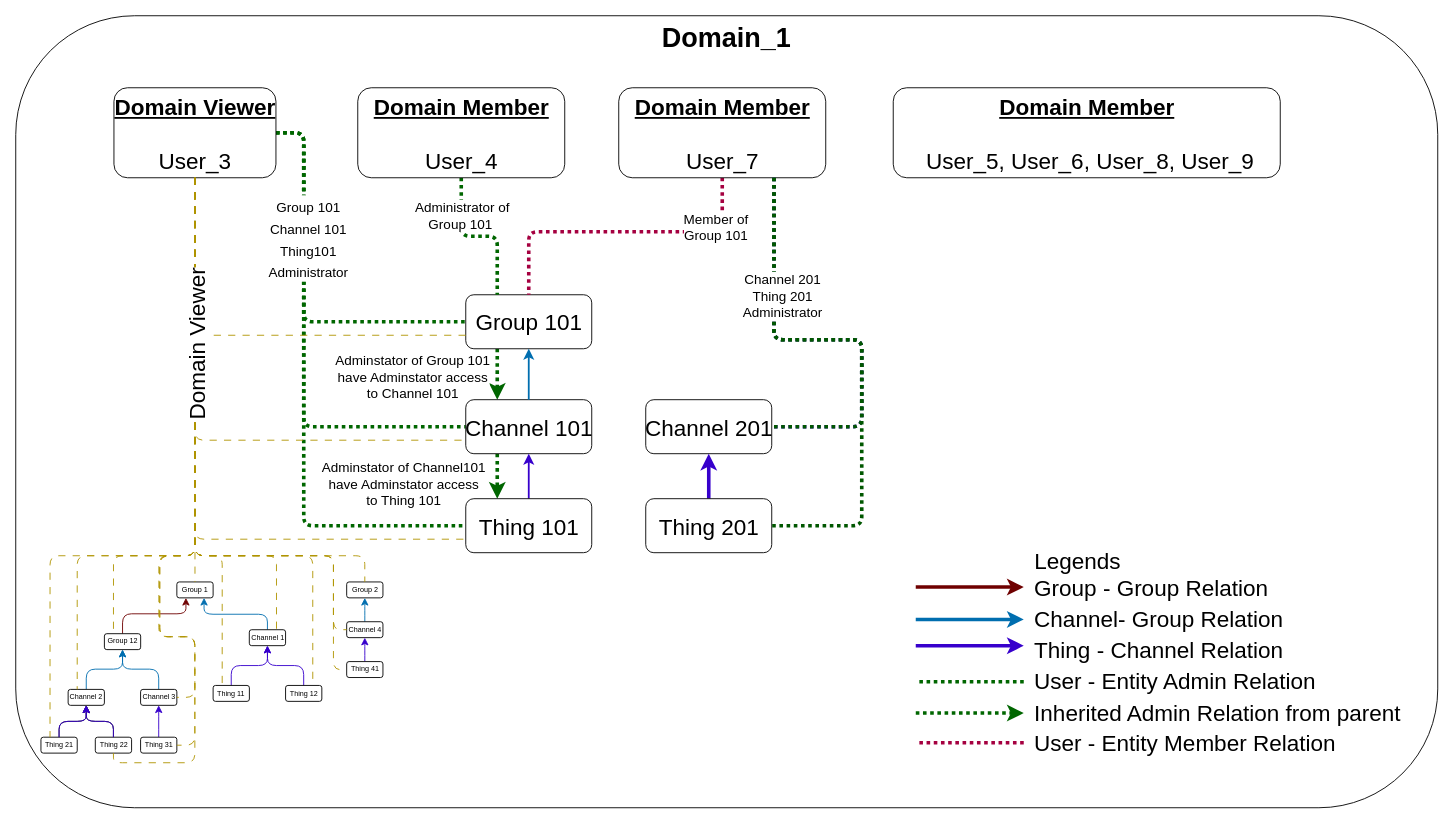
The draw.io diagram docs/diagrams/group_users_member_2.drawio in absmach/supermq-docs, before the edit. Source tidied: cells renumbered, new cells numbered last; positions are measured from the earlier drawing's top-left corner, leaving out a move shared by most shapes. Both pictures are drawn from the tidied source at 90%, with x=0, y=0 at pixel (15, 15).
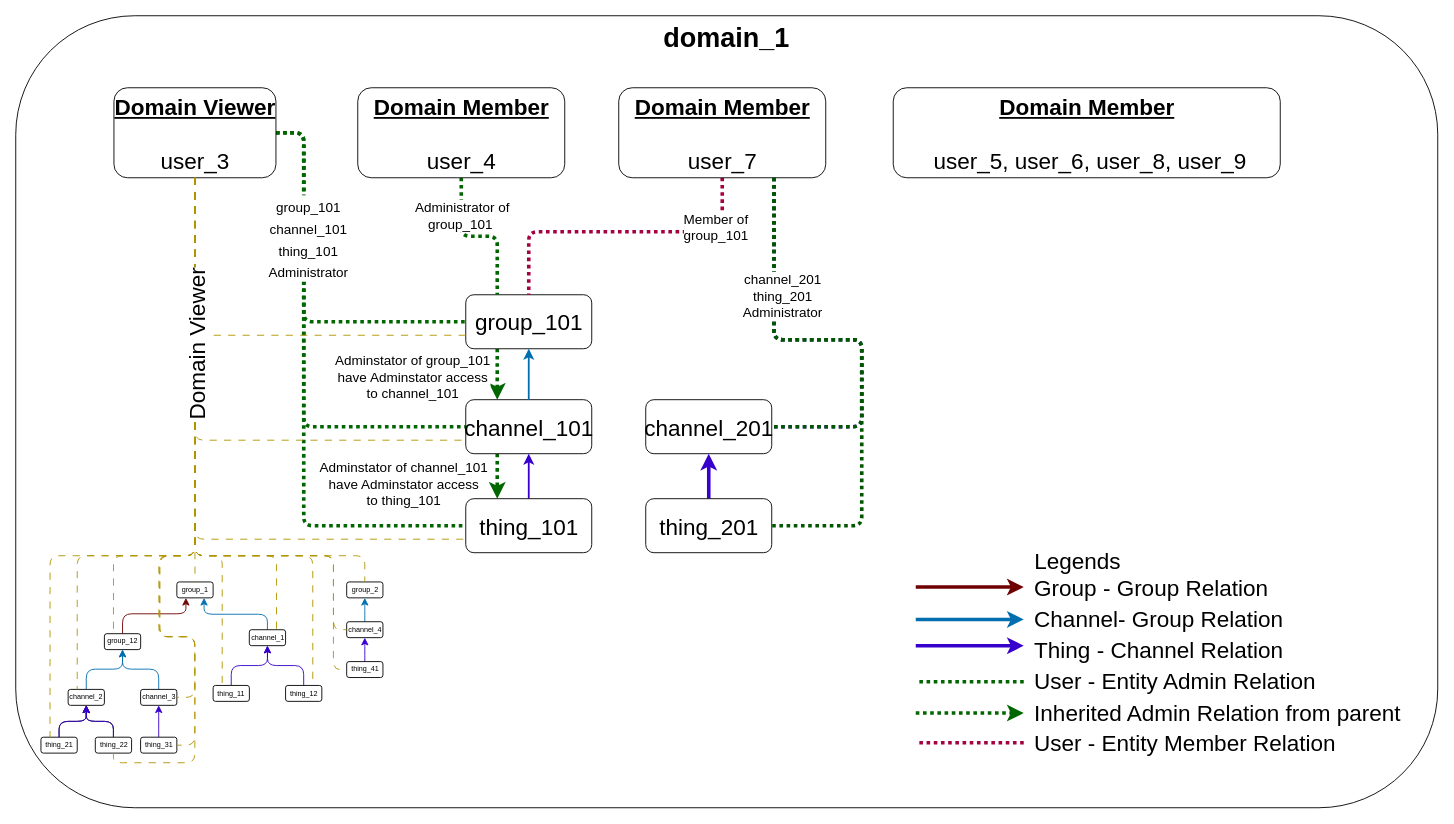
The same diagram, later.

The change refers to these unchanged cells:
```xml
<mxCell id="7" style="group;fontSize=8;" parent="6" vertex="1">
  <mxGeometry x="28" y="607" width="380" height="230" as="geometry" />
</mxCell>
<mxCell id="43" style="edgeStyle=orthogonalEdgeStyle;html=1;entryX=0;entryY=0.5;entryDx=0;entryDy=0;dashed=1;dashPattern=1 1;strokeColor=#006600;strokeWidth=4;fontSize=20;endArrow=none;endFill=0;" parent="34" edge="1" source="45" target="86">
  <mxGeometry relative="1" as="geometry">
    <Array as="points">
      <mxPoint x="320" y="130" />
      <mxPoint x="320" y="567" />
    </Array>
  </mxGeometry>
</mxCell>
<mxCell id="56" style="edgeStyle=orthogonalEdgeStyle;html=1;exitX=0.25;exitY=1;exitDx=0;exitDy=0;entryX=0.25;entryY=0;entryDx=0;entryDy=0;dashed=1;dashPattern=1 1;strokeWidth=4;endArrow=classic;endFill=1;fillColor=#fa6800;strokeColor=#006600;" parent="34" edge="1" source="58" target="61">
  <mxGeometry relative="1" as="geometry" />
</mxCell>
<mxCell id="59" style="edgeStyle=orthogonalEdgeStyle;html=1;exitX=0.25;exitY=1;exitDx=0;exitDy=0;entryX=0.25;entryY=0;entryDx=0;entryDy=0;dashed=1;dashPattern=1 1;strokeWidth=4;endArrow=classic;endFill=1;fillColor=#fa6800;strokeColor=#006600;" parent="34" edge="1" source="61" target="86">
  <mxGeometry relative="1" as="geometry" />
</mxCell>
<mxCell id="62" style="edgeStyle=orthogonalEdgeStyle;html=1;entryX=0.25;entryY=0;entryDx=0;entryDy=0;dashed=1;dashPattern=1 1;strokeWidth=4;endArrow=none;endFill=0;fillColor=#fa6800;strokeColor=#006600;" parent="34" edge="1" source="64" target="58">
  <mxGeometry relative="1" as="geometry" />
</mxCell>
<mxCell id="65" style="edgeStyle=orthogonalEdgeStyle;html=1;dashed=1;dashPattern=1 1;strokeWidth=4;endArrow=none;endFill=0;fillColor=#d80073;strokeColor=#A50040;" parent="34" edge="1" source="67" target="58">
  <mxGeometry relative="1" as="geometry">
    <Array as="points">
      <mxPoint x="785" y="240" />
      <mxPoint x="570" y="240" />
    </Array>
  </mxGeometry>
</mxCell>
<mxCell id="93" style="edgeStyle=orthogonalEdgeStyle;html=1;exitX=0.75;exitY=1;exitDx=0;exitDy=0;entryX=1;entryY=0.5;entryDx=0;entryDy=0;strokeColor=#005700;endArrow=none;endFill=0;strokeWidth=4;dashed=1;dashPattern=1 1;fillColor=#008a00;" parent="84" edge="1">
  <mxGeometry relative="1" as="geometry">
    <mxPoint x="842.5" y="180" as="sourcePoint" />
    <mxPoint x="840" y="456.6" as="targetPoint" />
    <Array as="points">
      <mxPoint x="842" y="360" />
      <mxPoint x="940" y="360" />
      <mxPoint x="940" y="457" />
    </Array>
  </mxGeometry>
</mxCell>
```

The edit, as a diff of the source:
```diff
@@
-    <mxCell id="5" value="&lt;font style=&quot;font-size: 30px;&quot;&gt;&lt;b style=&quot;&quot;&gt;Domain_1&lt;/b&gt;&lt;/font&gt;" style="rounded=1;whiteSpace=wrap;html=1;verticalAlign=top;fillColor=default;" parent="4" vertex="1">
+    <mxCell id="5" value="&lt;font style=&quot;font-size: 30px;&quot;&gt;&lt;b style=&quot;&quot;&gt;domain_1&lt;/b&gt;&lt;/font&gt;" style="rounded=1;whiteSpace=wrap;html=1;verticalAlign=top;fillColor=default;" parent="4" vertex="1">
       <mxGeometry width="1580" height="880" as="geometry" />
     </mxCell>
@@
-    <mxCell id="8" value="Group 1" style="rounded=1;html=1;fontSize=8;" parent="7" vertex="1">
+    <mxCell id="8" value="group_1" style="rounded=1;html=1;fontSize=8;" parent="7" vertex="1">
       <mxGeometry x="151" y="22.1" width="40.3" height="17.7" as="geometry" />
     </mxCell>
@@
-    <mxCell id="10" value="Group 12" style="rounded=1;whiteSpace=wrap;html=1;fontSize=8;" parent="7" vertex="1">
+    <mxCell id="10" value="group_12" style="rounded=1;whiteSpace=wrap;html=1;fontSize=8;" parent="7" vertex="1">
       <mxGeometry x="70.5" y="79.6" width="40.3" height="17.7" as="geometry" />
     </mxCell>
@@
-    <mxCell id="12" value="Channel 2" style="rounded=1;html=1;fontSize=8;" parent="7" vertex="1">
+    <mxCell id="12" value="channel_2" style="rounded=1;html=1;fontSize=8;" parent="7" vertex="1">
       <mxGeometry x="30.2" y="141.5" width="40.3" height="17.7" as="geometry" />
     </mxCell>
@@
-    <mxCell id="14" value="Channel 3" style="rounded=1;html=1;fontSize=8;" parent="7" vertex="1">
+    <mxCell id="14" value="channel_3" style="rounded=1;html=1;fontSize=8;" parent="7" vertex="1">
       <mxGeometry x="110.7" y="141.5" width="40.3" height="17.7" as="geometry" />
     </mxCell>
@@
-    <mxCell id="16" value="Channel 1" style="rounded=1;html=1;fontSize=8;" parent="7" vertex="1">
+    <mxCell id="16" value="channel_1" style="rounded=1;html=1;fontSize=8;" parent="7" vertex="1">
       <mxGeometry x="231.5" y="75.2" width="40.3" height="17.7" as="geometry" />
     </mxCell>
@@
-    <mxCell id="18" value="Thing 11" style="rounded=1;html=1;fontSize=8;" parent="7" vertex="1">
+    <mxCell id="18" value="thing_11" style="rounded=1;html=1;fontSize=8;" parent="7" vertex="1">
       <mxGeometry x="191.3" y="137.1" width="40.3" height="17.7" as="geometry" />
     </mxCell>
@@
-    <mxCell id="20" value="Thing 12" style="rounded=1;html=1;fontSize=8;" parent="7" vertex="1">
+    <mxCell id="20" value="thing_12" style="rounded=1;html=1;fontSize=8;" parent="7" vertex="1">
       <mxGeometry x="271.8" y="137.1" width="40.3" height="17.7" as="geometry" />
     </mxCell>
@@
-    <mxCell id="22" value="Thing 21" style="rounded=1;html=1;fontSize=8;" parent="7" vertex="1">
+    <mxCell id="22" value="thing_21" style="rounded=1;html=1;fontSize=8;" parent="7" vertex="1">
       <mxGeometry y="194.6" width="40.3" height="17.7" as="geometry" />
     </mxCell>
@@
-    <mxCell id="24" value="Thing 22" style="rounded=1;html=1;fontSize=8;" parent="7" vertex="1">
+    <mxCell id="24" value="thing_22" style="rounded=1;html=1;fontSize=8;" parent="7" vertex="1">
       <mxGeometry x="60.4" y="194.6" width="40.3" height="17.7" as="geometry" />
     </mxCell>
@@
-    <mxCell id="26" value="Thing 31" style="rounded=1;html=1;fontSize=8;" parent="7" vertex="1">
+    <mxCell id="26" value="thing_31" style="rounded=1;html=1;fontSize=8;" parent="7" vertex="1">
       <mxGeometry x="110.7" y="194.6" width="40.3" height="17.7" as="geometry" />
     </mxCell>
@@
-    <mxCell id="29" value="Group 2" style="rounded=1;html=1;fontSize=8;" parent="7" vertex="1">
+    <mxCell id="29" value="group_2" style="rounded=1;html=1;fontSize=8;" parent="7" vertex="1">
       <mxGeometry x="339.7" y="22.1" width="40.3" height="17.7" as="geometry" />
     </mxCell>
@@
-    <mxCell id="31" value="Channel 4" style="rounded=1;html=1;fontSize=8;" parent="7" vertex="1">
+    <mxCell id="31" value="channel_4" style="rounded=1;html=1;fontSize=8;" parent="7" vertex="1">
       <mxGeometry x="339.7" y="66.3" width="40.3" height="17.7" as="geometry" />
     </mxCell>
@@
-    <mxCell id="33" value="Thing 41" style="rounded=1;html=1;fontSize=8;" parent="7" vertex="1">
+    <mxCell id="33" value="thing_41" style="rounded=1;html=1;fontSize=8;" parent="7" vertex="1">
       <mxGeometry x="339.7" y="110.6" width="40.3" height="17.7" as="geometry" />
     </mxCell>
@@
-    <mxCell id="37" value="&lt;font style=&quot;font-size: 25px;&quot;&gt;&lt;b&gt;&lt;u&gt;Domain Member&lt;/u&gt;&lt;/b&gt;&lt;br&gt;&lt;br&gt;&amp;nbsp;User_5, User_6, User_8, User_9&lt;/font&gt;" style="rounded=1;html=1;fontSize=25;verticalAlign=top;" parent="34" vertex="1">
+    <mxCell id="37" value="&lt;font style=&quot;font-size: 25px;&quot;&gt;&lt;b&gt;&lt;u&gt;Domain Member&lt;/u&gt;&lt;/b&gt;&lt;br&gt;&lt;br&gt;&amp;nbsp;user_5, user_6, user_8, user_9&lt;/font&gt;" style="rounded=1;html=1;fontSize=25;verticalAlign=top;" parent="34" vertex="1">
       <mxGeometry x="975" y="80" width="430" height="100" as="geometry" />
     </mxCell>
@@
-    <mxCell id="44" value="&lt;font style=&quot;font-size: 15px;&quot;&gt;Group 101&lt;br&gt;Channel 101&lt;br&gt;Thing101&lt;br&gt;Administrator&lt;/font&gt;" style="edgeLabel;html=1;align=center;verticalAlign=middle;fontSize=20;" parent="43" vertex="1">
+    <mxCell id="44" value="&lt;font style=&quot;font-size: 15px;&quot;&gt;group_101&lt;br&gt;channel_101&lt;br&gt;thing_101&lt;br&gt;Administrator&lt;/font&gt;" style="edgeLabel;html=1;align=center;verticalAlign=middle;fontSize=20;" parent="43" vertex="1">
       <mxGeometry x="-0.53" y="4" relative="1" as="geometry">
         <mxPoint y="-5" as="offset" />
       </mxGeometry>
     </mxCell>
-    <mxCell id="45" value="&lt;font style=&quot;font-size: 25px;&quot;&gt;&lt;b&gt;&lt;u&gt;Domain Viewer&lt;/u&gt;&lt;/b&gt;&lt;br&gt;&lt;br&gt;User_3&lt;/font&gt;" style="rounded=1;html=1;fontSize=25;verticalAlign=top;" parent="34" vertex="1">
+    <mxCell id="45" value="&lt;font style=&quot;font-size: 25px;&quot;&gt;&lt;b&gt;&lt;u&gt;Domain Viewer&lt;/u&gt;&lt;/b&gt;&lt;br&gt;&lt;br&gt;user_3&lt;/font&gt;" style="rounded=1;html=1;fontSize=25;verticalAlign=top;" parent="34" vertex="1">
       <mxGeometry x="109.1" y="80" width="180" height="100" as="geometry" />
     </mxCell>
@@
-    <mxCell id="57" value="Adminstator of Group 101 &lt;br&gt;have Adminstator access &lt;br&gt;to Channel 101" style="edgeLabel;html=1;align=center;verticalAlign=middle;fontSize=15;" parent="56" vertex="1">
+    <mxCell id="57" value="Adminstator of group_101 &lt;br&gt;have Adminstator access &lt;br&gt;to channel_101" style="edgeLabel;html=1;align=center;verticalAlign=middle;fontSize=15;" parent="56" vertex="1">
       <mxGeometry x="-0.13" relative="1" as="geometry">
         <mxPoint x="-95" y="5" as="offset" />
       </mxGeometry>
     </mxCell>
-    <mxCell id="58" value="Group 101" style="rounded=1;html=1;fontSize=25;" parent="34" vertex="1">
+    <mxCell id="58" value="group_101" style="rounded=1;html=1;fontSize=25;" parent="34" vertex="1">
       <mxGeometry x="500" y="310" width="140" height="60" as="geometry" />
     </mxCell>
@@
-    <mxCell id="60" value="Adminstator of Channel101&lt;br&gt;have Adminstator access&lt;br&gt;to Thing 101" style="edgeLabel;html=1;align=center;verticalAlign=middle;fontSize=15;" parent="59" vertex="1">
+    <mxCell id="60" value="Adminstator of channel_101&lt;br&gt;have Adminstator access&lt;br&gt;to thing_101" style="edgeLabel;html=1;align=center;verticalAlign=middle;fontSize=15;" parent="59" vertex="1">
       <mxGeometry x="-0.19" y="-1" relative="1" as="geometry">
         <mxPoint x="-104" y="13" as="offset" />
       </mxGeometry>
     </mxCell>
-    <mxCell id="61" value="Channel 101" style="rounded=1;html=1;fontSize=25;" parent="34" vertex="1">
+    <mxCell id="61" value="channel_101" style="rounded=1;html=1;fontSize=25;" parent="34" vertex="1">
       <mxGeometry x="500" y="426.6" width="140" height="60" as="geometry" />
     </mxCell>
@@
-    <mxCell id="63" value="&lt;font style=&quot;font-size: 15px;&quot;&gt;&lt;font style=&quot;font-size: 15px;&quot;&gt;&amp;nbsp;Administrator of&amp;nbsp;&lt;br&gt;&lt;/font&gt;Group 101&amp;nbsp;&lt;/font&gt;" style="edgeLabel;html=1;align=center;verticalAlign=middle;" parent="62" vertex="1">
+    <mxCell id="63" value="&lt;font style=&quot;font-size: 15px;&quot;&gt;&lt;font style=&quot;font-size: 15px;&quot;&gt;&amp;nbsp;Administrator of&amp;nbsp;&lt;br&gt;&lt;/font&gt;group_101&amp;nbsp;&lt;/font&gt;" style="edgeLabel;html=1;align=center;verticalAlign=middle;" parent="62" vertex="1">
       <mxGeometry x="0.42" y="1" relative="1" as="geometry">
         <mxPoint x="-41" y="-40" as="offset" />
       </mxGeometry>
     </mxCell>
-    <mxCell id="64" value="&lt;font style=&quot;font-size: 25px;&quot;&gt;&lt;b&gt;&lt;u&gt;Domain Member&lt;/u&gt;&lt;/b&gt;&lt;br&gt;&lt;br&gt;User_4&lt;/font&gt;" style="rounded=1;html=1;fontSize=25;verticalAlign=top;" parent="34" vertex="1">
+    <mxCell id="64" value="&lt;font style=&quot;font-size: 25px;&quot;&gt;&lt;b&gt;&lt;u&gt;Domain Member&lt;/u&gt;&lt;/b&gt;&lt;br&gt;&lt;br&gt;user_4&lt;/font&gt;" style="rounded=1;html=1;fontSize=25;verticalAlign=top;" parent="34" vertex="1">
       <mxGeometry x="380" y="80" width="230" height="100" as="geometry" />
     </mxCell>
@@
-    <mxCell id="66" value="&lt;font style=&quot;font-size: 15px;&quot;&gt;Member of&amp;nbsp;&lt;br&gt;&lt;/font&gt;&lt;span style=&quot;font-size: 15px;&quot;&gt;Group 101&amp;nbsp;&lt;/span&gt;" style="edgeLabel;html=1;align=center;verticalAlign=middle;" parent="65" vertex="1">
+    <mxCell id="66" value="&lt;font style=&quot;font-size: 15px;&quot;&gt;Member of&amp;nbsp;&lt;br&gt;&lt;/font&gt;&lt;span style=&quot;font-size: 15px;&quot;&gt;group_101&amp;nbsp;&lt;/span&gt;" style="edgeLabel;html=1;align=center;verticalAlign=middle;" parent="65" vertex="1">
       <mxGeometry x="-0.62" y="-6" relative="1" as="geometry" />
     </mxCell>
-    <mxCell id="67" value="&lt;font style=&quot;font-size: 25px;&quot;&gt;&lt;b&gt;&lt;u&gt;Domain Member&lt;/u&gt;&lt;/b&gt;&lt;br&gt;&lt;br&gt;User_7&lt;/font&gt;" style="rounded=1;html=1;fontSize=25;verticalAlign=top;" parent="34" vertex="1">
+    <mxCell id="67" value="&lt;font style=&quot;font-size: 25px;&quot;&gt;&lt;b&gt;&lt;u&gt;Domain Member&lt;/u&gt;&lt;/b&gt;&lt;br&gt;&lt;br&gt;user_7&lt;/font&gt;" style="rounded=1;html=1;fontSize=25;verticalAlign=top;" parent="34" vertex="1">
       <mxGeometry x="670" y="80" width="230" height="100" as="geometry" />
     </mxCell>
@@
-    <mxCell id="86" value="Thing 101" style="rounded=1;html=1;fontSize=25;" parent="84" vertex="1">
+    <mxCell id="86" value="thing_101" style="rounded=1;html=1;fontSize=25;" parent="84" vertex="1">
       <mxGeometry x="500" y="536.6" width="140" height="60" as="geometry" />
     </mxCell>
@@
-    <mxCell id="88" value="Channel 201" style="rounded=1;html=1;fontSize=25;" parent="84" vertex="1">
+    <mxCell id="88" value="channel_201" style="rounded=1;html=1;fontSize=25;" parent="84" vertex="1">
       <mxGeometry x="700" y="426.6" width="140" height="60" as="geometry" />
     </mxCell>
@@
-    <mxCell id="90" value="Thing 201" style="rounded=1;html=1;fontSize=25;" parent="84" vertex="1">
+    <mxCell id="90" value="thing_201" style="rounded=1;html=1;fontSize=25;" parent="84" vertex="1">
       <mxGeometry x="700" y="536.6" width="140" height="60" as="geometry" />
     </mxCell>
@@
-    <mxCell id="94" value="&lt;font style=&quot;font-size: 15px;&quot;&gt;Channel 201&lt;br&gt;Thing 201 &lt;br&gt;Administrator&lt;/font&gt;" style="edgeLabel;html=1;align=center;verticalAlign=middle;" parent="93" vertex="1">
+    <mxCell id="94" value="&lt;font style=&quot;font-size: 15px;&quot;&gt;channel_201&lt;br&gt;thing_201 &lt;br&gt;Administrator&lt;/font&gt;" style="edgeLabel;html=1;align=center;verticalAlign=middle;" parent="93" vertex="1">
       <mxGeometry x="-0.15" y="-2" relative="1" as="geometry">
         <mxPoint x="-12" y="-52" as="offset" />
       </mxGeometry>
     </mxCell>
```
